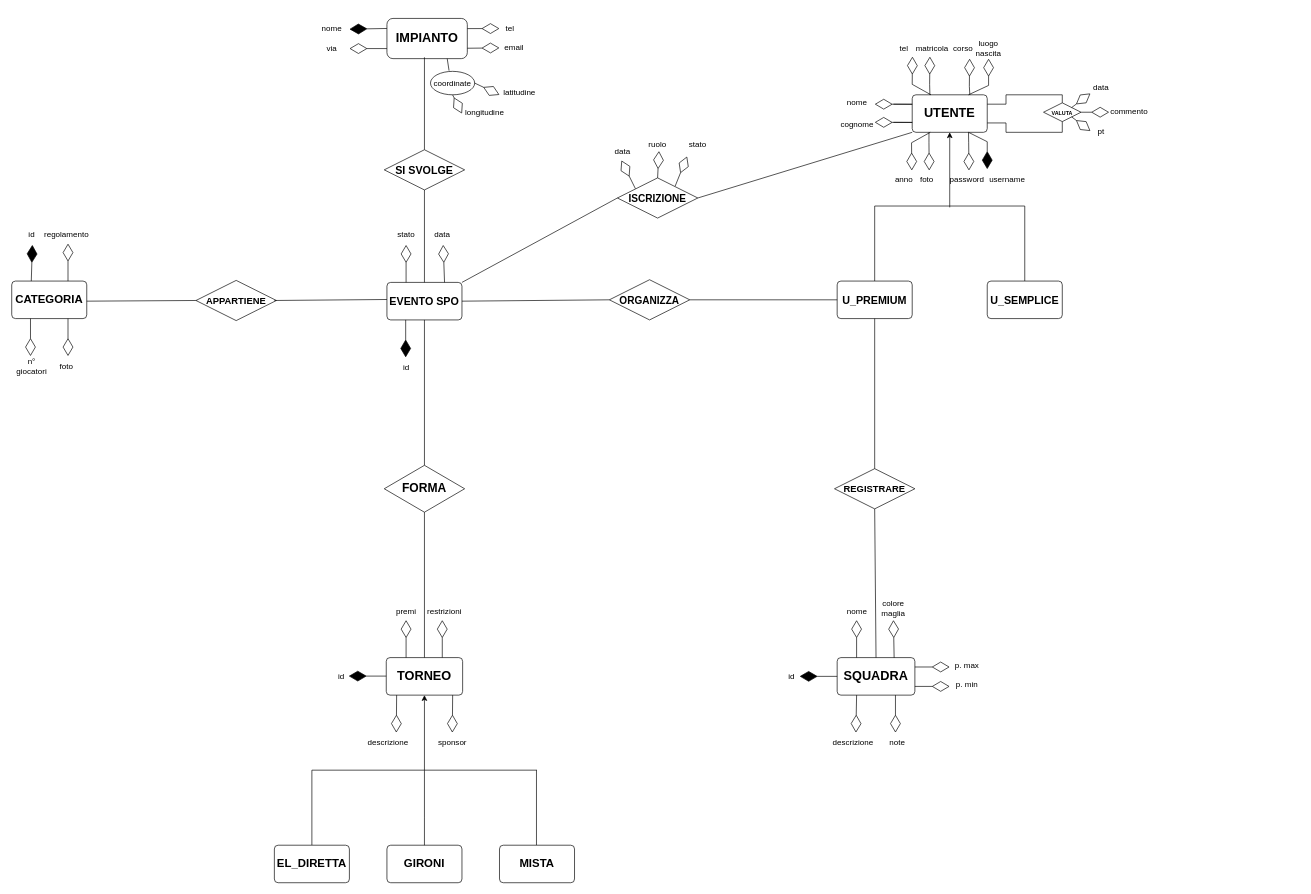
This is Project-EER.drawio from KintsuKayaba/UniGeSocialSport, a draw.io file, before an edit. Source tidied: cells renumbered, new cells numbered last; positions are measured from the earlier drawing's top-left corner, leaving out a move shared by most shapes. Both pictures are drawn from the tidied source at 67%, with x=0, y=0 at pixel (11, 18).
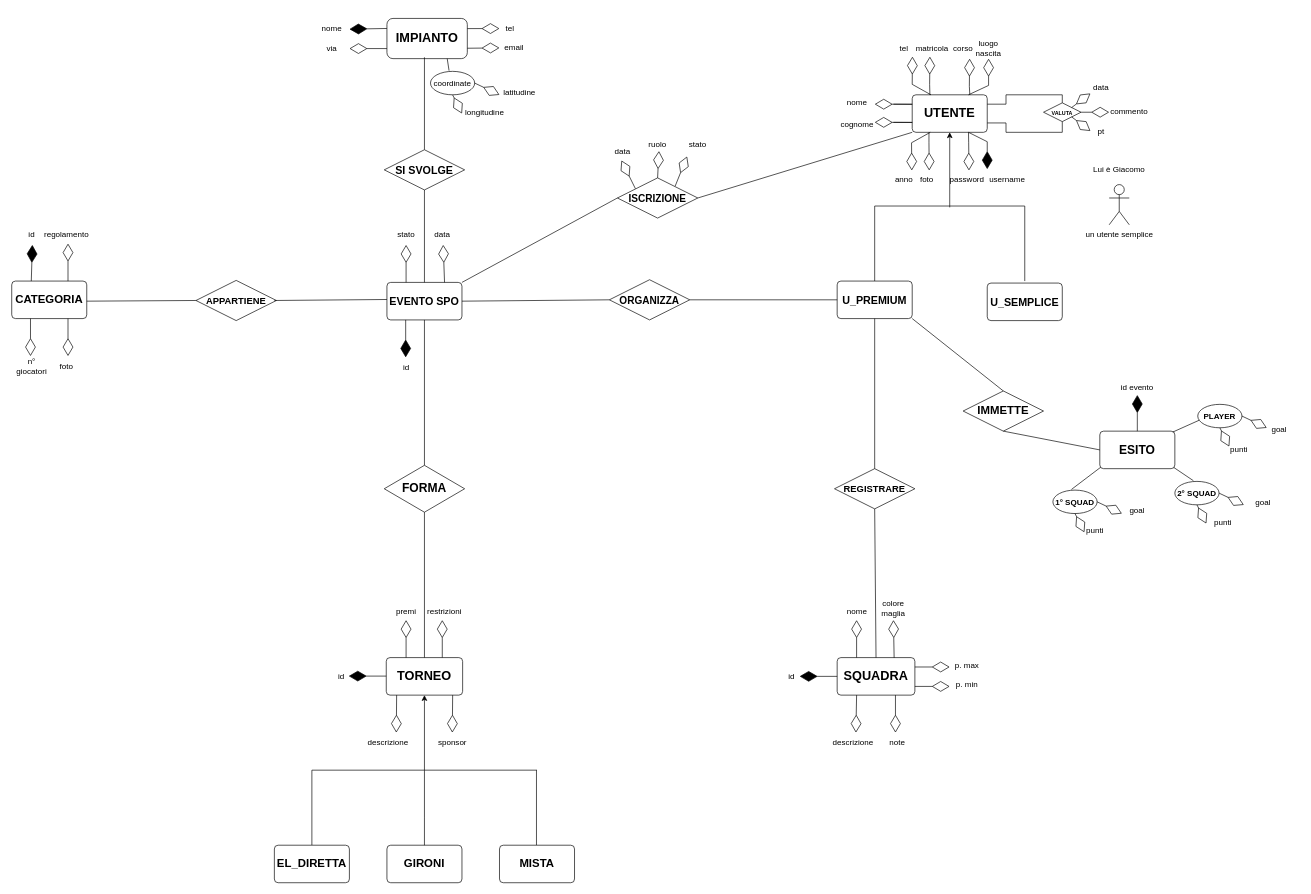
The same page after the edit.

Commit message:
Aggiunta entita esito e Giacomo

The change refers to these unchanged cells:
```xml
<mxCell id="24" value="&lt;div style=&quot;text-align: justify;&quot;&gt;&lt;b style=&quot;background-color: initial;&quot;&gt;&lt;font style=&quot;font-size: 16px;&quot;&gt;U_PREMIUM&lt;/font&gt;&lt;/b&gt;&lt;/div&gt;" style="rounded=1;arcSize=10;whiteSpace=wrap;html=1;align=center;" parent="1" vertex="1">
  <mxGeometry x="1232" y="392" width="112" height="56" as="geometry" />
</mxCell>
```

Change to the diagram source:
```diff
@@
     <mxCell id="25" value="&lt;b&gt;&lt;font style=&quot;font-size: 16px;&quot;&gt;U_SEMPLICE&lt;/font&gt;&lt;/b&gt;" style="rounded=1;arcSize=10;whiteSpace=wrap;html=1;align=center;" parent="1" vertex="1">
-      <mxGeometry x="1456" y="392" width="112" height="56" as="geometry" />
+      <mxGeometry x="1456" y="395" width="112" height="56" as="geometry" />
     </mxCell>
@@
+    <mxCell id="129" value="&lt;b&gt;&lt;font style=&quot;font-size: 18px;&quot;&gt;ESITO&lt;/font&gt;&lt;/b&gt;" style="rounded=1;arcSize=10;whiteSpace=wrap;html=1;align=center;" parent="1" vertex="1">
+      <mxGeometry x="1624" y="616" width="112" height="56" as="geometry" />
+    </mxCell>
+    <mxCell id="130" value="&lt;b&gt;&lt;font style=&quot;font-size: 17px;&quot;&gt;IMMETTE&lt;/font&gt;&lt;/b&gt;" style="shape=rhombus;perimeter=rhombusPerimeter;whiteSpace=wrap;html=1;align=center;" parent="1" vertex="1">
+      <mxGeometry x="1420" y="556" width="120" height="60" as="geometry" />
+    </mxCell>
+    <mxCell id="131" style="endArrow=none;html=1;rounded=0;exitX=1;exitY=1;exitDx=0;exitDy=0;entryX=0.5;entryY=0;entryDx=0;entryDy=0;" parent="1" edge="1" source="24" target="130">
+      <mxGeometry relative="1" as="geometry" />
+    </mxCell>
+    <mxCell id="132" style="endArrow=none;html=1;rounded=0;exitX=0.5;exitY=1;exitDx=0;exitDy=0;entryX=0;entryY=0.5;entryDx=0;entryDy=0;" parent="1" edge="1" source="130" target="129">
+      <mxGeometry relative="1" as="geometry" />
+    </mxCell>
+    <mxCell id="133" value="un utente semplice" style="shape=umlActor;verticalLabelPosition=bottom;verticalAlign=top;html=1;" parent="1" vertex="1">
+      <mxGeometry x="1638" y="248" width="30" height="60" as="geometry" />
+    </mxCell>
+    <mxCell id="134" value="&lt;b&gt;2° SQUAD&lt;/b&gt;" style="ellipse;whiteSpace=wrap;html=1;align=center;" parent="1" vertex="1">
+      <mxGeometry x="1736" y="691" width="66" height="35" as="geometry" />
+    </mxCell>
+    <mxCell id="135" style="endArrow=none;html=1;rounded=0;entryX=0.985;entryY=0.967;entryDx=0;entryDy=0;exitX=0.42;exitY=-0.029;exitDx=0;exitDy=0;exitPerimeter=0;entryPerimeter=0;" parent="1" edge="1" source="134" target="129">
+      <mxGeometry relative="1" as="geometry" />
+    </mxCell>
+    <mxCell id="136" style="endArrow=diamondThin;endFill=0;endSize=24;html=1;rounded=0;exitX=1;exitY=0.5;exitDx=0;exitDy=0;" parent="1" edge="1" source="134">
+      <mxGeometry relative="1" as="geometry">
+        <mxPoint x="1839" y="726" as="targetPoint" />
+      </mxGeometry>
+    </mxCell>
+    <mxCell id="137" style="endArrow=diamondThin;endFill=0;endSize=24;html=1;rounded=0;exitX=0.5;exitY=1;exitDx=0;exitDy=0;" parent="1" edge="1" source="134">
+      <mxGeometry relative="1" as="geometry">
+        <mxPoint x="1783" y="754" as="targetPoint" />
+      </mxGeometry>
+    </mxCell>
+    <mxCell id="138" value="goal" style="text;html=1;align=center;verticalAlign=middle;whiteSpace=wrap;rounded=0;" parent="1" vertex="1">
+      <mxGeometry x="1838" y="707" width="60" height="30" as="geometry" />
+    </mxCell>
+    <mxCell id="139" value="punti" style="text;html=1;align=center;verticalAlign=middle;whiteSpace=wrap;rounded=0;" parent="1" vertex="1">
+      <mxGeometry x="1778" y="737" width="60" height="30" as="geometry" />
+    </mxCell>
+    <mxCell id="140" value="&lt;b&gt;1° SQUAD&lt;/b&gt;" style="ellipse;whiteSpace=wrap;html=1;align=center;" parent="1" vertex="1">
+      <mxGeometry x="1554" y="704" width="66" height="35" as="geometry" />
+    </mxCell>
+    <mxCell id="141" style="endArrow=none;html=1;rounded=0;entryX=0.011;entryY=0.964;entryDx=0;entryDy=0;exitX=0.42;exitY=-0.029;exitDx=0;exitDy=0;exitPerimeter=0;entryPerimeter=0;" parent="1" edge="1" source="140" target="129">
+      <mxGeometry relative="1" as="geometry" />
+    </mxCell>
+    <mxCell id="142" style="endArrow=diamondThin;endFill=0;endSize=24;html=1;rounded=0;exitX=1;exitY=0.5;exitDx=0;exitDy=0;" parent="1" edge="1" source="140">
+      <mxGeometry relative="1" as="geometry">
+        <mxPoint x="1657" y="739" as="targetPoint" />
+      </mxGeometry>
+    </mxCell>
+    <mxCell id="143" style="endArrow=diamondThin;endFill=0;endSize=24;html=1;rounded=0;exitX=0.5;exitY=1;exitDx=0;exitDy=0;" parent="1" edge="1" source="140">
+      <mxGeometry relative="1" as="geometry">
+        <mxPoint x="1601" y="767" as="targetPoint" />
+      </mxGeometry>
+    </mxCell>
+    <mxCell id="144" value="goal" style="text;html=1;align=center;verticalAlign=middle;whiteSpace=wrap;rounded=0;" parent="1" vertex="1">
+      <mxGeometry x="1650" y="720" width="60" height="30" as="geometry" />
+    </mxCell>
+    <mxCell id="145" value="punti" style="text;strokeColor=none;fillColor=none;spacingLeft=4;spacingRight=4;overflow=hidden;fontSize=12;whiteSpace=wrap;html=1;" parent="1" vertex="1">
+      <mxGeometry x="1598" y="750" width="40" height="30" as="geometry" />
+    </mxCell>
+    <mxCell id="146" value="&lt;b&gt;PLAYER&lt;/b&gt;" style="ellipse;whiteSpace=wrap;html=1;align=center;" parent="1" vertex="1">
+      <mxGeometry x="1770.2" y="576" width="66" height="35" as="geometry" />
+    </mxCell>
+    <mxCell id="147" style="endArrow=diamondThin;endFill=0;endSize=24;html=1;rounded=0;exitX=1;exitY=0.5;exitDx=0;exitDy=0;" parent="1" edge="1" source="146">
+      <mxGeometry relative="1" as="geometry">
+        <mxPoint x="1873.2" y="611" as="targetPoint" />
+      </mxGeometry>
+    </mxCell>
+    <mxCell id="148" style="endArrow=diamondThin;endFill=0;endSize=24;html=1;rounded=0;exitX=0.5;exitY=1;exitDx=0;exitDy=0;" parent="1" edge="1" source="146">
+      <mxGeometry relative="1" as="geometry">
+        <mxPoint x="1817.2" y="639" as="targetPoint" />
+      </mxGeometry>
+    </mxCell>
+    <mxCell id="149" value="goal" style="text;html=1;align=center;verticalAlign=middle;whiteSpace=wrap;rounded=0;" parent="1" vertex="1">
+      <mxGeometry x="1862" y="599" width="60" height="30" as="geometry" />
+    </mxCell>
+    <mxCell id="150" value="punti" style="text;html=1;align=center;verticalAlign=middle;whiteSpace=wrap;rounded=0;" parent="1" vertex="1">
+      <mxGeometry x="1802" y="629" width="60" height="30" as="geometry" />
+    </mxCell>
+    <mxCell id="151" style="endArrow=none;html=1;rounded=0;exitX=0.973;exitY=0.024;exitDx=0;exitDy=0;entryX=0.035;entryY=0.675;entryDx=0;entryDy=0;entryPerimeter=0;exitPerimeter=0;" parent="1" edge="1" source="129" target="146">
+      <mxGeometry relative="1" as="geometry" />
+    </mxCell>
+    <mxCell id="152" value="id evento" style="text;html=1;align=center;verticalAlign=middle;whiteSpace=wrap;rounded=0;" parent="1" vertex="1">
+      <mxGeometry x="1650" y="536" width="60" height="30" as="geometry" />
+    </mxCell>
+    <mxCell id="153" style="endArrow=diamondThin;endFill=1;endSize=24;html=1;rounded=0;exitX=0.5;exitY=0;exitDx=0;exitDy=0;" parent="1" edge="1" source="129">
+      <mxGeometry relative="1" as="geometry">
+        <mxPoint x="1680" y="562" as="targetPoint" />
+      </mxGeometry>
+    </mxCell>
+    <mxCell id="154" value="Lui è Giacomo" style="text;html=1;align=center;verticalAlign=middle;whiteSpace=wrap;rounded=0;" parent="1" vertex="1">
+      <mxGeometry x="1609" y="211" width="88" height="30" as="geometry" />
+    </mxCell>
```
